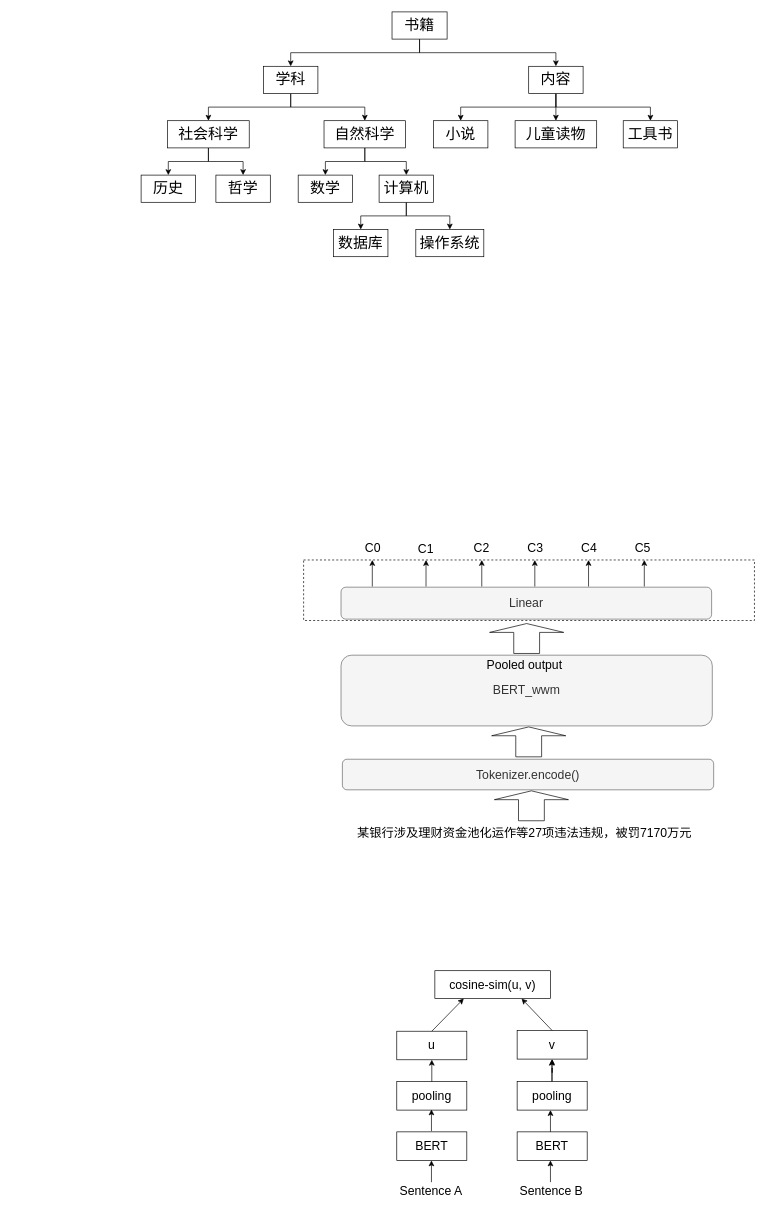
This is patent-多角度多层级文本分类.drawio from CindyZX/drawio_figures, a draw.io file, before an edit. Source tidied: cells renumbered, new cells numbered last; positions are measured from the earlier drawing's top-left corner, leaving out a move shared by most shapes. Both pictures are drawn from the tidied source at 68%, with x=0, y=0 at pixel (141, 12).
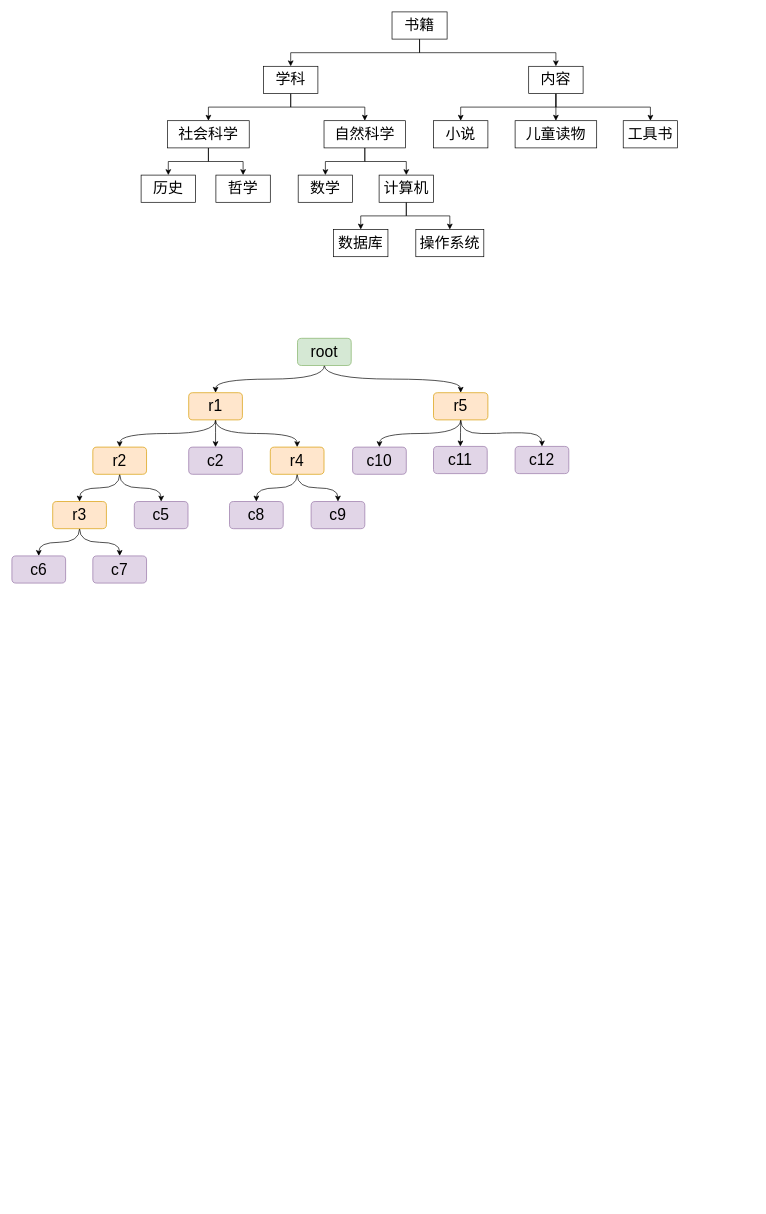
The same diagram, later.

Commit message:
更新patent-多角度多层级文本分类.drawio

The edit, as a diff of the source:
```diff
@@
-    <mxCell id="2" value="&lt;font style=&quot;font-size: 18px;&quot;&gt;Tokenizer.encode()&lt;/font&gt;" style="rounded=1;whiteSpace=wrap;html=1;fillColor=#f5f5f5;fontColor=#333333;strokeColor=#666666;" parent="1" vertex="1">
-      <mxGeometry x="296" y="1099" width="546" height="45" as="geometry" />
-    </mxCell>
-    <mxCell id="3" value="&lt;font style=&quot;font-size: 18px;&quot;&gt;某银行涉及理财资金池化运作等27项违法违规，被罚7170万元&lt;/font&gt;" style="text;whiteSpace=wrap;html=1;" parent="1" vertex="1">
-      <mxGeometry x="316" y="1191" width="496" height="36" as="geometry" />
-    </mxCell>
-    <mxCell id="4" style="shape=flexArrow;endArrow=classic;html=1;rounded=0;fontSize=18;endWidth=70;endSize=4;width=38;" parent="1" edge="1">
-      <mxGeometry relative="1" as="geometry">
-        <mxPoint x="574" y="1190" as="sourcePoint" />
-        <mxPoint x="574" y="1145" as="targetPoint" />
-      </mxGeometry>
-    </mxCell>
-    <mxCell id="5" style="shape=flexArrow;endArrow=classic;html=1;rounded=0;fontSize=18;endWidth=70;endSize=4;width=38;" parent="1" edge="1">
-      <mxGeometry relative="1" as="geometry">
-        <mxPoint x="570" y="1096" as="sourcePoint" />
-        <mxPoint x="570" y="1051" as="targetPoint" />
-      </mxGeometry>
-    </mxCell>
-    <mxCell id="6" style="group;" parent="1" vertex="1">
-      <mxGeometry x="294" y="946" width="546" height="104" as="geometry" />
-    </mxCell>
-    <mxCell id="7" value="&lt;span style=&quot;font-size: 18px;&quot;&gt;BERT_wwm&lt;/span&gt;" style="rounded=1;whiteSpace=wrap;html=1;fillColor=#f5f5f5;fontColor=#333333;strokeColor=#666666;" parent="6" vertex="1">
-      <mxGeometry width="546" height="104" as="geometry" />
-    </mxCell>
-    <mxCell id="8" value="Pooled output" style="text;html=1;strokeColor=none;fillColor=none;align=center;verticalAlign=middle;whiteSpace=wrap;rounded=0;fontSize=18;" parent="6" vertex="1">
-      <mxGeometry x="192" width="156" height="30" as="geometry" />
-    </mxCell>
-    <mxCell id="9" style="shape=flexArrow;endArrow=classic;html=1;rounded=0;fontSize=18;endWidth=70;endSize=4;width=38;" parent="1" edge="1">
-      <mxGeometry relative="1" as="geometry">
-        <mxPoint x="567" y="944" as="sourcePoint" />
-        <mxPoint x="567" y="899" as="targetPoint" />
-      </mxGeometry>
-    </mxCell>
-    <mxCell id="10" style="rounded=0;whiteSpace=wrap;html=1;fontSize=18;dashed=1;" parent="1" vertex="1">
-      <mxGeometry x="239" y="806" width="663" height="89" as="geometry" />
-    </mxCell>
-    <mxCell id="11" value="&lt;font style=&quot;font-size: 18px;&quot;&gt;Linear&lt;/font&gt;" style="rounded=1;whiteSpace=wrap;html=1;fontSize=18;fillColor=#f5f5f5;fontColor=#333333;strokeColor=#666666;" parent="1" vertex="1">
-      <mxGeometry x="294" y="846" width="545" height="47" as="geometry" />
-    </mxCell>
-    <mxCell id="12" style="endArrow=classic;html=1;rounded=0;fontSize=18;" parent="1" edge="1">
-      <mxGeometry relative="1" as="geometry">
-        <mxPoint x="340" y="845" as="sourcePoint" />
-        <mxPoint x="340" y="806" as="targetPoint" />
-      </mxGeometry>
-    </mxCell>
-    <mxCell id="13" style="endArrow=classic;html=1;rounded=0;fontSize=18;" parent="1" edge="1">
-      <mxGeometry relative="1" as="geometry">
-        <mxPoint x="419" y="845" as="sourcePoint" />
-        <mxPoint x="419" y="806" as="targetPoint" />
-      </mxGeometry>
-    </mxCell>
-    <mxCell id="14" style="endArrow=classic;html=1;rounded=0;fontSize=18;" parent="1" edge="1">
-      <mxGeometry relative="1" as="geometry">
-        <mxPoint x="501" y="845" as="sourcePoint" />
-        <mxPoint x="501" y="806" as="targetPoint" />
-      </mxGeometry>
-    </mxCell>
-    <mxCell id="15" style="endArrow=classic;html=1;rounded=0;fontSize=18;" parent="1" edge="1">
-      <mxGeometry relative="1" as="geometry">
-        <mxPoint x="579" y="845" as="sourcePoint" />
-        <mxPoint x="579" y="806" as="targetPoint" />
-      </mxGeometry>
-    </mxCell>
-    <mxCell id="16" style="endArrow=classic;html=1;rounded=0;fontSize=18;" parent="1" edge="1">
-      <mxGeometry relative="1" as="geometry">
-        <mxPoint x="658" y="845" as="sourcePoint" />
-        <mxPoint x="658" y="806" as="targetPoint" />
-      </mxGeometry>
-    </mxCell>
-    <mxCell id="17" style="endArrow=classic;html=1;rounded=0;fontSize=18;" parent="1" edge="1">
-      <mxGeometry relative="1" as="geometry">
-        <mxPoint x="740" y="845" as="sourcePoint" />
-        <mxPoint x="740" y="806" as="targetPoint" />
-      </mxGeometry>
-    </mxCell>
-    <mxCell id="18" value="C0" style="text;html=1;strokeColor=none;fillColor=none;align=center;verticalAlign=middle;whiteSpace=wrap;rounded=0;fontSize=18;" parent="1" vertex="1">
-      <mxGeometry x="311" y="774" width="60" height="30" as="geometry" />
-    </mxCell>
-    <mxCell id="19" value="C1" style="text;html=1;strokeColor=none;fillColor=none;align=center;verticalAlign=middle;whiteSpace=wrap;rounded=0;fontSize=18;" parent="1" vertex="1">
-      <mxGeometry x="389" y="775" width="60" height="30" as="geometry" />
-    </mxCell>
-    <mxCell id="20" value="C2" style="text;html=1;strokeColor=none;fillColor=none;align=center;verticalAlign=middle;whiteSpace=wrap;rounded=0;fontSize=18;" parent="1" vertex="1">
-      <mxGeometry x="471" y="774" width="60" height="30" as="geometry" />
-    </mxCell>
-    <mxCell id="21" value="C3" style="text;html=1;strokeColor=none;fillColor=none;align=center;verticalAlign=middle;whiteSpace=wrap;rounded=0;fontSize=18;" parent="1" vertex="1">
-      <mxGeometry x="550" y="774" width="60" height="30" as="geometry" />
-    </mxCell>
-    <mxCell id="22" value="C4" style="text;html=1;strokeColor=none;fillColor=none;align=center;verticalAlign=middle;whiteSpace=wrap;rounded=0;fontSize=18;" parent="1" vertex="1">
-      <mxGeometry x="629" y="774" width="60" height="30" as="geometry" />
-    </mxCell>
-    <mxCell id="23" value="C5" style="text;html=1;strokeColor=none;fillColor=none;align=center;verticalAlign=middle;whiteSpace=wrap;rounded=0;fontSize=18;" parent="1" vertex="1">
-      <mxGeometry x="708" y="774" width="60" height="30" as="geometry" />
-    </mxCell>
-    <mxCell id="24" value="&lt;font style=&quot;font-size: 18px;&quot;&gt;cosine-sim(u, v)&lt;/font&gt;" style="rounded=0;whiteSpace=wrap;html=1;" parent="1" vertex="1">
-      <mxGeometry x="432" y="1410" width="170" height="41" as="geometry" />
-    </mxCell>
-    <mxCell id="25" value="u" style="rounded=0;whiteSpace=wrap;html=1;fontSize=18;" parent="1" vertex="1">
-      <mxGeometry x="376" y="1499" width="103" height="42" as="geometry" />
-    </mxCell>
-    <mxCell id="26" value="v" style="rounded=0;whiteSpace=wrap;html=1;fontSize=18;" parent="1" vertex="1">
-      <mxGeometry x="553" y="1498" width="103" height="42" as="geometry" />
-    </mxCell>
-    <mxCell id="27" style="endArrow=classic;html=1;rounded=0;fontSize=18;exitX=0.5;exitY=0;exitDx=0;exitDy=0;entryX=0.25;entryY=1;entryDx=0;entryDy=0;" parent="1" edge="1" source="25" target="24">
-      <mxGeometry relative="1" as="geometry" />
-    </mxCell>
-    <mxCell id="28" style="endArrow=classic;html=1;rounded=0;fontSize=18;entryX=0.75;entryY=1;entryDx=0;entryDy=0;exitX=0.5;exitY=0;exitDx=0;exitDy=0;" parent="1" edge="1" source="26" target="24">
-      <mxGeometry relative="1" as="geometry" />
-    </mxCell>
-    <mxCell id="29" value="pooling" style="rounded=0;whiteSpace=wrap;html=1;fontSize=18;" parent="1" vertex="1">
-      <mxGeometry x="376" y="1573" width="103" height="42" as="geometry" />
-    </mxCell>
-    <mxCell id="30" style="edgeStyle=orthogonalEdgeStyle;rounded=0;jettySize=auto;html=1;fontSize=18;" parent="1" edge="1" source="31" target="26">
-      <mxGeometry relative="1" as="geometry" />
-    </mxCell>
-    <mxCell id="31" value="pooling" style="rounded=0;whiteSpace=wrap;html=1;fontSize=18;" parent="1" vertex="1">
-      <mxGeometry x="553" y="1573" width="103" height="42" as="geometry" />
-    </mxCell>
-    <mxCell id="32" value="BERT" style="rounded=0;whiteSpace=wrap;html=1;fontSize=18;" parent="1" vertex="1">
-      <mxGeometry x="376" y="1647" width="103" height="42" as="geometry" />
-    </mxCell>
-    <mxCell id="33" value="BERT" style="rounded=0;whiteSpace=wrap;html=1;fontSize=18;" parent="1" vertex="1">
-      <mxGeometry x="553" y="1647" width="103" height="42" as="geometry" />
-    </mxCell>
-    <mxCell id="34" style="endArrow=classic;html=1;rounded=0;fontSize=18;exitX=0.5;exitY=0;exitDx=0;exitDy=0;entryX=0.5;entryY=1;entryDx=0;entryDy=0;" parent="1" edge="1" source="29" target="25">
-      <mxGeometry relative="1" as="geometry" />
-    </mxCell>
-    <mxCell id="35" style="endArrow=classic;html=1;rounded=0;fontSize=18;exitX=0.5;exitY=0;exitDx=0;exitDy=0;entryX=0.5;entryY=1;entryDx=0;entryDy=0;" parent="1" edge="1">
-      <mxGeometry relative="1" as="geometry">
-        <mxPoint x="604" y="1573" as="sourcePoint" />
-        <mxPoint x="604" y="1541" as="targetPoint" />
-      </mxGeometry>
-    </mxCell>
-    <mxCell id="36" style="endArrow=classic;html=1;rounded=0;fontSize=18;exitX=0.5;exitY=0;exitDx=0;exitDy=0;entryX=0.5;entryY=1;entryDx=0;entryDy=0;" parent="1" edge="1">
-      <mxGeometry relative="1" as="geometry">
-        <mxPoint x="427" y="1646" as="sourcePoint" />
-        <mxPoint x="427" y="1614" as="targetPoint" />
-      </mxGeometry>
-    </mxCell>
-    <mxCell id="37" style="endArrow=classic;html=1;rounded=0;fontSize=18;exitX=0.5;exitY=0;exitDx=0;exitDy=0;entryX=0.5;entryY=1;entryDx=0;entryDy=0;" parent="1" edge="1">
-      <mxGeometry relative="1" as="geometry">
-        <mxPoint x="602" y="1647" as="sourcePoint" />
-        <mxPoint x="602" y="1615" as="targetPoint" />
-      </mxGeometry>
-    </mxCell>
-    <mxCell id="38" value="Sentence A" style="text;html=1;strokeColor=none;fillColor=none;align=center;verticalAlign=middle;whiteSpace=wrap;rounded=0;fontSize=18;" parent="1" vertex="1">
-      <mxGeometry x="377" y="1720" width="99" height="30" as="geometry" />
-    </mxCell>
-    <mxCell id="39" value="Sentence B" style="text;html=1;strokeColor=none;fillColor=none;align=center;verticalAlign=middle;whiteSpace=wrap;rounded=0;fontSize=18;" parent="1" vertex="1">
-      <mxGeometry x="554" y="1720" width="99" height="30" as="geometry" />
-    </mxCell>
-    <mxCell id="40" style="endArrow=classic;html=1;rounded=0;fontSize=18;exitX=0.5;exitY=0;exitDx=0;exitDy=0;entryX=0.5;entryY=1;entryDx=0;entryDy=0;" parent="1" edge="1">
-      <mxGeometry relative="1" as="geometry">
-        <mxPoint x="427" y="1721" as="sourcePoint" />
-        <mxPoint x="427" y="1689" as="targetPoint" />
-      </mxGeometry>
-    </mxCell>
-    <mxCell id="41" style="endArrow=classic;html=1;rounded=0;fontSize=18;exitX=0.5;exitY=0;exitDx=0;exitDy=0;entryX=0.5;entryY=1;entryDx=0;entryDy=0;" parent="1" edge="1">
-      <mxGeometry relative="1" as="geometry">
-        <mxPoint x="602" y="1721" as="sourcePoint" />
-        <mxPoint x="602" y="1689" as="targetPoint" />
-      </mxGeometry>
-    </mxCell>
@@
+    <mxCell id="69" style="rounded=0;jettySize=auto;html=1;exitX=0.5;exitY=1;exitDx=0;exitDy=0;entryX=0.5;entryY=0;entryDx=0;entryDy=0;edgeStyle=orthogonalEdgeStyle;curved=1;" parent="1" edge="1" source="71" target="75">
+      <mxGeometry relative="1" as="geometry" />
+    </mxCell>
+    <mxCell id="70" style="rounded=0;jettySize=auto;html=1;exitX=0.5;exitY=1;exitDx=0;exitDy=0;entryX=0.5;entryY=0;entryDx=0;entryDy=0;edgeStyle=orthogonalEdgeStyle;curved=1;" parent="1" edge="1" source="71" target="79">
+      <mxGeometry relative="1" as="geometry" />
+    </mxCell>
+    <mxCell id="71" value="&lt;font style=&quot;font-size: 23px;&quot;&gt;root&lt;/font&gt;" style="rounded=1;whiteSpace=wrap;html=1;fillColor=#d5e8d4;strokeColor=#82b366;" parent="1" vertex="1">
+      <mxGeometry x="230" y="480" width="79" height="40" as="geometry" />
+    </mxCell>
+    <mxCell id="72" style="rounded=0;jettySize=auto;html=1;exitX=0.5;exitY=1;exitDx=0;exitDy=0;entryX=0.5;entryY=0;entryDx=0;entryDy=0;edgeStyle=orthogonalEdgeStyle;curved=1;" parent="1" edge="1" source="75" target="82">
+      <mxGeometry relative="1" as="geometry" />
+    </mxCell>
+    <mxCell id="73" style="edgeStyle=orthogonalEdgeStyle;rounded=0;jettySize=auto;html=1;exitX=0.5;exitY=1;exitDx=0;exitDy=0;entryX=0.5;entryY=0;entryDx=0;entryDy=0;curved=1;" parent="1" edge="1" source="75" target="83">
+      <mxGeometry relative="1" as="geometry" />
+    </mxCell>
+    <mxCell id="74" style="rounded=0;jettySize=auto;html=1;exitX=0.5;exitY=1;exitDx=0;exitDy=0;entryX=0.5;entryY=0;entryDx=0;entryDy=0;edgeStyle=orthogonalEdgeStyle;curved=1;" parent="1" edge="1" source="75" target="86">
+      <mxGeometry relative="1" as="geometry" />
+    </mxCell>
+    <mxCell id="75" value="&lt;span style=&quot;font-size: 23px;&quot;&gt;r1&lt;/span&gt;" style="rounded=1;whiteSpace=wrap;html=1;fillColor=#ffe6cc;strokeColor=#d79b00;" parent="1" vertex="1">
+      <mxGeometry x="70" y="560" width="79" height="40" as="geometry" />
+    </mxCell>
+    <mxCell id="76" style="rounded=0;jettySize=auto;html=1;exitX=0.5;exitY=1;exitDx=0;exitDy=0;entryX=0.5;entryY=0;entryDx=0;entryDy=0;edgeStyle=orthogonalEdgeStyle;curved=1;" parent="1" edge="1" source="79" target="95">
+      <mxGeometry relative="1" as="geometry" />
+    </mxCell>
+    <mxCell id="77" style="edgeStyle=orthogonalEdgeStyle;rounded=0;jettySize=auto;html=1;exitX=0.5;exitY=1;exitDx=0;exitDy=0;entryX=0.5;entryY=0;entryDx=0;entryDy=0;curved=1;" parent="1" edge="1" source="79" target="96">
+      <mxGeometry relative="1" as="geometry" />
+    </mxCell>
+    <mxCell id="78" style="rounded=0;jettySize=auto;html=1;exitX=0.5;exitY=1;exitDx=0;exitDy=0;entryX=0.5;entryY=0;entryDx=0;entryDy=0;edgeStyle=orthogonalEdgeStyle;curved=1;" parent="1" edge="1" source="79" target="97">
+      <mxGeometry relative="1" as="geometry" />
+    </mxCell>
+    <mxCell id="79" value="&lt;span style=&quot;font-size: 23px;&quot;&gt;r5&lt;/span&gt;" style="rounded=1;whiteSpace=wrap;html=1;fillColor=#ffe6cc;strokeColor=#d79b00;" parent="1" vertex="1">
+      <mxGeometry x="430" y="560" width="80" height="40" as="geometry" />
+    </mxCell>
+    <mxCell id="80" style="rounded=0;jettySize=auto;html=1;exitX=0.5;exitY=1;exitDx=0;exitDy=0;edgeStyle=orthogonalEdgeStyle;curved=1;" parent="1" edge="1" source="82" target="89">
+      <mxGeometry relative="1" as="geometry" />
+    </mxCell>
+    <mxCell id="81" style="rounded=0;jettySize=auto;html=1;exitX=0.5;exitY=1;exitDx=0;exitDy=0;edgeStyle=orthogonalEdgeStyle;curved=1;" parent="1" edge="1" source="82" target="90">
+      <mxGeometry relative="1" as="geometry" />
+    </mxCell>
+    <mxCell id="82" value="&lt;span style=&quot;font-size: 23px;&quot;&gt;r2&lt;/span&gt;" style="rounded=1;whiteSpace=wrap;html=1;fillColor=#ffe6cc;strokeColor=#d79b00;" parent="1" vertex="1">
+      <mxGeometry x="-71" y="640" width="79" height="40" as="geometry" />
+    </mxCell>
+    <mxCell id="83" value="&lt;span style=&quot;font-size: 23px;&quot;&gt;c2&lt;/span&gt;" style="rounded=1;whiteSpace=wrap;html=1;fillColor=#e1d5e7;strokeColor=#9673a6;" parent="1" vertex="1">
+      <mxGeometry x="70" y="640" width="79" height="40" as="geometry" />
+    </mxCell>
+    <mxCell id="84" style="rounded=0;jettySize=auto;html=1;exitX=0.5;exitY=1;exitDx=0;exitDy=0;entryX=0.5;entryY=0;entryDx=0;entryDy=0;edgeStyle=orthogonalEdgeStyle;curved=1;" parent="1" edge="1" source="86" target="93">
+      <mxGeometry relative="1" as="geometry" />
+    </mxCell>
+    <mxCell id="85" style="rounded=0;jettySize=auto;html=1;exitX=0.5;exitY=1;exitDx=0;exitDy=0;entryX=0.5;entryY=0;entryDx=0;entryDy=0;edgeStyle=orthogonalEdgeStyle;curved=1;" parent="1" edge="1" source="86" target="94">
+      <mxGeometry relative="1" as="geometry" />
+    </mxCell>
+    <mxCell id="86" value="&lt;span style=&quot;font-size: 23px;&quot;&gt;r4&lt;/span&gt;" style="rounded=1;whiteSpace=wrap;html=1;fillColor=#ffe6cc;strokeColor=#d79b00;" parent="1" vertex="1">
+      <mxGeometry x="190" y="640" width="79" height="40" as="geometry" />
+    </mxCell>
+    <mxCell id="87" style="rounded=0;jettySize=auto;html=1;exitX=0.5;exitY=1;exitDx=0;exitDy=0;entryX=0.5;entryY=0;entryDx=0;entryDy=0;edgeStyle=orthogonalEdgeStyle;curved=1;" parent="1" edge="1" source="89" target="91">
+      <mxGeometry relative="1" as="geometry" />
+    </mxCell>
+    <mxCell id="88" style="rounded=0;jettySize=auto;html=1;exitX=0.5;exitY=1;exitDx=0;exitDy=0;entryX=0.5;entryY=0;entryDx=0;entryDy=0;edgeStyle=orthogonalEdgeStyle;curved=1;" parent="1" edge="1" source="89" target="92">
+      <mxGeometry relative="1" as="geometry" />
+    </mxCell>
+    <mxCell id="89" value="&lt;span style=&quot;font-size: 23px;&quot;&gt;r3&lt;/span&gt;" style="rounded=1;whiteSpace=wrap;html=1;fillColor=#ffe6cc;strokeColor=#d79b00;" parent="1" vertex="1">
+      <mxGeometry x="-130" y="720" width="79" height="40" as="geometry" />
+    </mxCell>
+    <mxCell id="90" value="&lt;span style=&quot;font-size: 23px;&quot;&gt;c5&lt;/span&gt;" style="rounded=1;whiteSpace=wrap;html=1;fillColor=#e1d5e7;strokeColor=#9673a6;" parent="1" vertex="1">
+      <mxGeometry x="-10" y="720" width="79" height="40" as="geometry" />
+    </mxCell>
+    <mxCell id="91" value="&lt;span style=&quot;font-size: 23px;&quot;&gt;c6&lt;/span&gt;" style="rounded=1;whiteSpace=wrap;html=1;fillColor=#e1d5e7;strokeColor=#9673a6;" parent="1" vertex="1">
+      <mxGeometry x="-190" y="800" width="79" height="40" as="geometry" />
+    </mxCell>
+    <mxCell id="92" value="&lt;span style=&quot;font-size: 23px;&quot;&gt;c7&lt;/span&gt;" style="rounded=1;whiteSpace=wrap;html=1;fillColor=#e1d5e7;strokeColor=#9673a6;" parent="1" vertex="1">
+      <mxGeometry x="-71" y="800" width="79" height="40" as="geometry" />
+    </mxCell>
+    <mxCell id="93" value="&lt;span style=&quot;font-size: 23px;&quot;&gt;c8&lt;/span&gt;" style="rounded=1;whiteSpace=wrap;html=1;fillColor=#e1d5e7;strokeColor=#9673a6;" parent="1" vertex="1">
+      <mxGeometry x="130" y="720" width="79" height="40" as="geometry" />
+    </mxCell>
+    <mxCell id="94" value="&lt;span style=&quot;font-size: 23px;&quot;&gt;c9&lt;/span&gt;" style="rounded=1;whiteSpace=wrap;html=1;fillColor=#e1d5e7;strokeColor=#9673a6;" parent="1" vertex="1">
+      <mxGeometry x="250" y="720" width="79" height="40" as="geometry" />
+    </mxCell>
+    <mxCell id="95" value="&lt;span style=&quot;font-size: 23px;&quot;&gt;c10&lt;/span&gt;" style="rounded=1;whiteSpace=wrap;html=1;fillColor=#e1d5e7;strokeColor=#9673a6;" parent="1" vertex="1">
+      <mxGeometry x="311" y="640" width="79" height="40" as="geometry" />
+    </mxCell>
+    <mxCell id="96" value="&lt;span style=&quot;font-size: 23px;&quot;&gt;c11&lt;/span&gt;" style="rounded=1;whiteSpace=wrap;html=1;fillColor=#e1d5e7;strokeColor=#9673a6;" parent="1" vertex="1">
+      <mxGeometry x="430" y="639" width="79" height="40" as="geometry" />
+    </mxCell>
+    <mxCell id="97" value="&lt;span style=&quot;font-size: 23px;&quot;&gt;c12&lt;/span&gt;" style="rounded=1;whiteSpace=wrap;html=1;fillColor=#e1d5e7;strokeColor=#9673a6;" parent="1" vertex="1">
+      <mxGeometry x="550" y="639" width="79" height="40" as="geometry" />
+    </mxCell>
```
